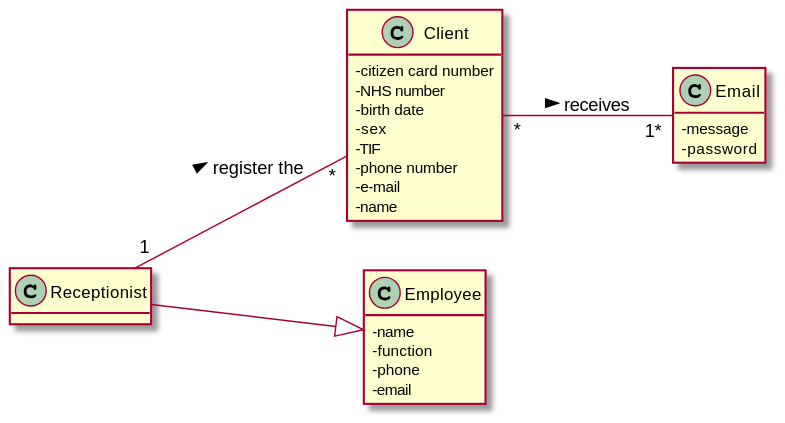
Above: docs/SprintB/US03/US3_MD.svg in manu-07-ela/LAPR2_ISEP (PlantUML), before the change.
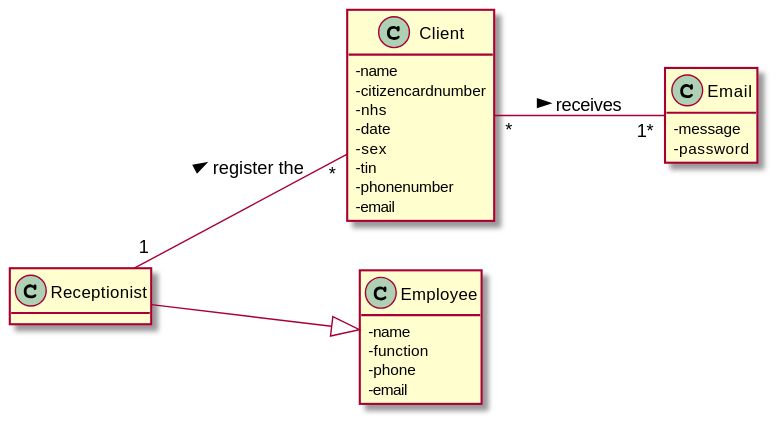
The same diagram one commit later.

Diff of the diagram source:
```diff
@@ -9,14 +9,14 @@
 }
 
 class Client {
-  -citizen card number
-  -NHS number
-  -birth date
+  -name
+  -citizencardnumber
+  -nhs
+  -date
   -sex
-  -TIF
-  -phone number
-  -e-mail
-  -name
+  -tin
+  -phonenumber
+  -email
 }
 
 class Email {
```
